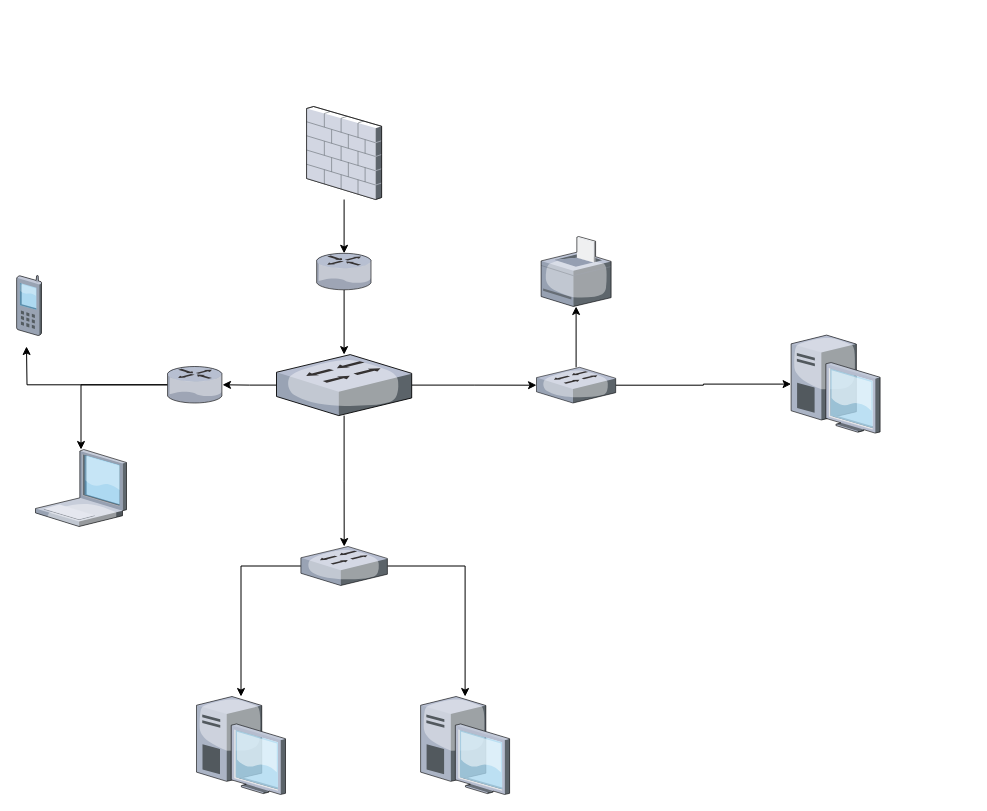
kevinil/LuaPractice keeps this draw.io diagram as 未命名绘图.drawio. Above is the earlier version. Source tidied: cells renumbered, new cells numbered last; positions are measured from the earlier drawing's top-left corner, leaving out a move shared by most shapes. Both pictures are drawn from the tidied source at 100%, with x=0, y=0 at pixel (16, 106).
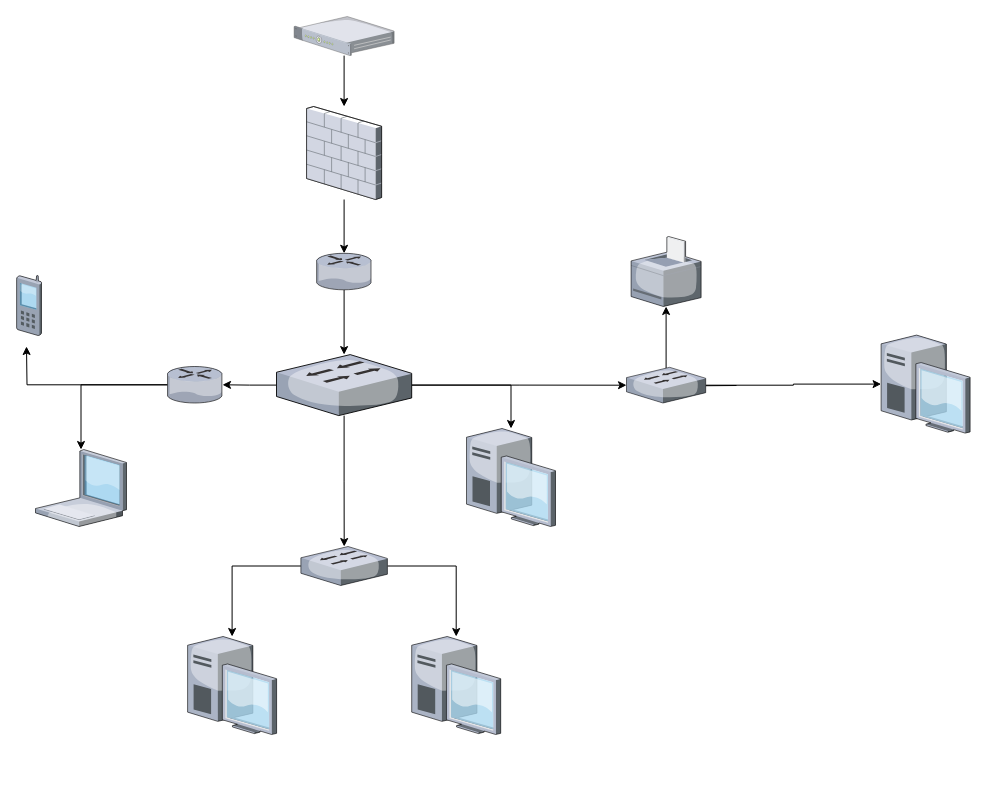
The same page after the edit.

Unchanged cells that the change refers to:
```xml
<mxCell id="3" style="verticalLabelPosition=bottom;sketch=0;html=1;verticalAlign=top;strokeColor=none;align=center;outlineConnect=0;shape=mxgraph.citrix.firewall;" parent="1" vertex="1">
  <mxGeometry x="290.1" width="75" height="93" as="geometry" />
</mxCell>
<mxCell id="22" style="verticalLabelPosition=bottom;sketch=0;html=1;verticalAlign=top;strokeColor=none;align=center;outlineConnect=0;shape=mxgraph.citrix.switch;" parent="1" vertex="1">
  <mxGeometry x="260" y="248.1" width="135.2" height="61" as="geometry" />
</mxCell>
```

Diff of the diagram source:
```diff
@@
     <mxCell id="4" style="verticalLabelPosition=bottom;sketch=0;html=1;verticalAlign=top;strokeColor=none;align=center;outlineConnect=0;shape=mxgraph.citrix.printer;" parent="1" vertex="1">
-      <mxGeometry x="524.6" y="130" width="70" height="70" as="geometry" />
+      <mxGeometry x="614.6" y="130" width="70" height="70" as="geometry" />
     </mxCell>
@@
-    <mxCell id="6" style="edgeStyle=orthogonalEdgeStyle;rounded=0;jettySize=auto;html=1;" parent="1" edge="1" source="7" target="4">
-      <mxGeometry relative="1" as="geometry" />
+    <mxCell id="6" style="edgeStyle=orthogonalEdgeStyle;rounded=0;jettySize=auto;html=1;" parent="1" edge="1" target="4">
+      <mxGeometry relative="1" as="geometry">
+        <mxPoint x="720" y="279" as="sourcePoint" />
+      </mxGeometry>
     </mxCell>
     <mxCell id="7" style="verticalLabelPosition=bottom;sketch=0;html=1;verticalAlign=top;strokeColor=none;align=center;outlineConnect=0;shape=mxgraph.citrix.switch;direction=east;" parent="1" vertex="1">
-      <mxGeometry x="520" y="260.8" width="79.2" height="35.7" as="geometry" />
+      <mxGeometry x="610" y="260.8" width="79.2" height="35.7" as="geometry" />
     </mxCell>
@@
     <mxCell id="9" style="verticalLabelPosition=bottom;sketch=0;html=1;verticalAlign=top;strokeColor=none;align=center;outlineConnect=0;shape=mxgraph.citrix.desktop;" parent="1" vertex="1">
-      <mxGeometry x="180" y="590" width="89" height="98" as="geometry" />
+      <mxGeometry x="171.1" y="530" width="89" height="98" as="geometry" />
     </mxCell>
     <mxCell id="10" style="verticalLabelPosition=bottom;sketch=0;html=1;verticalAlign=top;strokeColor=none;align=center;outlineConnect=0;shape=mxgraph.citrix.desktop;" parent="1" vertex="1">
-      <mxGeometry x="404.1" y="590" width="89" height="98" as="geometry" />
+      <mxGeometry x="395.2" y="530" width="89" height="98" as="geometry" />
     </mxCell>
@@
     <mxCell id="14" style="verticalLabelPosition=bottom;sketch=0;html=1;verticalAlign=top;strokeColor=none;align=center;outlineConnect=0;shape=mxgraph.citrix.desktop;" parent="1" vertex="1">
-      <mxGeometry x="774.6" y="228.6" width="89" height="98" as="geometry" />
+      <mxGeometry x="864.6" y="228.6" width="89" height="98" as="geometry" />
     </mxCell>
@@
+    <mxCell id="25" style="edgeStyle=orthogonalEdgeStyle;rounded=0;jettySize=auto;html=1;" parent="1" edge="1" source="22" target="28">
+      <mxGeometry relative="1" as="geometry" />
+    </mxCell>
@@
+    <mxCell id="26" style="edgeStyle=orthogonalEdgeStyle;rounded=0;jettySize=auto;html=1;" parent="1" edge="1" source="27" target="3">
+      <mxGeometry relative="1" as="geometry" />
+    </mxCell>
+    <mxCell id="27" style="verticalLabelPosition=bottom;sketch=0;html=1;verticalAlign=top;strokeColor=none;align=center;outlineConnect=0;shape=mxgraph.citrix.1u_2u_server;" parent="1" vertex="1">
+      <mxGeometry x="277.6" y="-90" width="100" height="39.1" as="geometry" />
+    </mxCell>
+    <mxCell id="28" style="verticalLabelPosition=bottom;sketch=0;html=1;verticalAlign=top;strokeColor=none;align=center;outlineConnect=0;shape=mxgraph.citrix.desktop;" parent="1" vertex="1">
+      <mxGeometry x="450" y="322" width="89" height="98" as="geometry" />
+    </mxCell>
```
